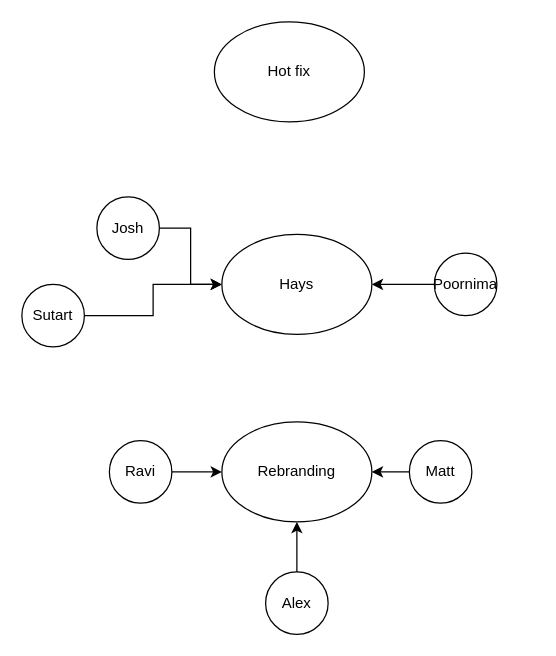
The draw.io diagram ServiceLibraryMultipleBranches.drawio in mattwatts36/drawings, before the edit. Source tidied: cells renumbered, new cells numbered last; positions are measured from the earlier drawing's top-left corner, leaving out a move shared by most shapes. Both pictures are drawn from the tidied source at 125%, with x=0, y=0 at pixel (21, 21).
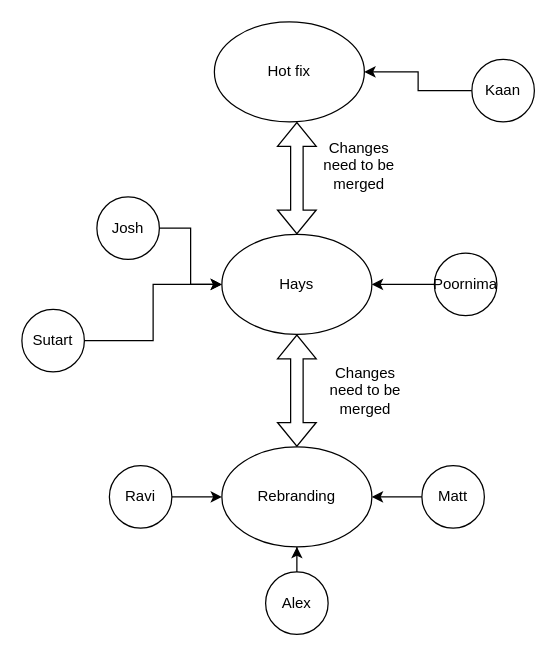
After the change.

Commit message:
Added hot fix diagram

Unchanged cells that the change refers to:
```xml
<mxCell id="2" value="Hays" style="ellipse;whiteSpace=wrap;html=1;" parent="1" vertex="1">
  <mxGeometry x="160" y="170" width="120" height="80" as="geometry" />
</mxCell>
<mxCell id="4" value="Hot fix" style="ellipse;whiteSpace=wrap;html=1;" parent="1" vertex="1">
  <mxGeometry x="154" width="120" height="80" as="geometry" />
</mxCell>
```

Diff of the diagram source:
```diff
@@
     <mxCell id="3" value="Rebranding" style="ellipse;whiteSpace=wrap;html=1;" parent="1" vertex="1">
-      <mxGeometry x="160" y="320" width="120" height="80" as="geometry" />
+      <mxGeometry x="160" y="340" width="120" height="80" as="geometry" />
     </mxCell>
@@
     <mxCell id="6" value="Matt" style="ellipse;whiteSpace=wrap;html=1;" parent="1" vertex="1">
-      <mxGeometry x="310" y="335" width="50" height="50" as="geometry" />
+      <mxGeometry x="320" y="355" width="50" height="50" as="geometry" />
     </mxCell>
@@
     <mxCell id="10" value="Ravi" style="ellipse;whiteSpace=wrap;html=1;" parent="1" vertex="1">
-      <mxGeometry x="70" y="335" width="50" height="50" as="geometry" />
+      <mxGeometry x="70" y="355" width="50" height="50" as="geometry" />
     </mxCell>
@@
     <mxCell id="16" value="Sutart" style="ellipse;whiteSpace=wrap;html=1;" parent="1" vertex="1">
-      <mxGeometry y="210" width="50" height="50" as="geometry" />
+      <mxGeometry y="230" width="50" height="50" as="geometry" />
     </mxCell>
+    <mxCell id="17" style="edgeStyle=orthogonalEdgeStyle;rounded=0;jettySize=auto;html=1;" parent="1" edge="1" source="18" target="4">
+      <mxGeometry relative="1" as="geometry" />
+    </mxCell>
+    <mxCell id="18" value="Kaan" style="ellipse;whiteSpace=wrap;html=1;" parent="1" vertex="1">
+      <mxGeometry x="360" y="30" width="50" height="50" as="geometry" />
+    </mxCell>
+    <mxCell id="19" style="shape=flexArrow;endArrow=classic;startArrow=classic;html=1;rounded=0;" parent="1" edge="1" source="2">
+      <mxGeometry relative="1" as="geometry">
+        <mxPoint x="220" y="80" as="targetPoint" />
+      </mxGeometry>
+    </mxCell>
+    <mxCell id="20" style="shape=flexArrow;endArrow=classic;startArrow=classic;html=1;rounded=0;exitX=0.5;exitY=0;exitDx=0;exitDy=0;entryX=0.5;entryY=1;entryDx=0;entryDy=0;" parent="1" edge="1" source="3" target="2">
+      <mxGeometry relative="1" as="geometry" />
+    </mxCell>
+    <mxCell id="21" value="Changes need to be merged" style="text;html=1;strokeColor=none;fillColor=none;align=center;verticalAlign=middle;whiteSpace=wrap;rounded=0;" parent="1" vertex="1">
+      <mxGeometry x="240" y="100" width="60" height="30" as="geometry" />
+    </mxCell>
+    <mxCell id="22" value="Changes need to be merged" style="text;html=1;strokeColor=none;fillColor=none;align=center;verticalAlign=middle;whiteSpace=wrap;rounded=0;" parent="1" vertex="1">
+      <mxGeometry x="245" y="280" width="60" height="30" as="geometry" />
+    </mxCell>
```
